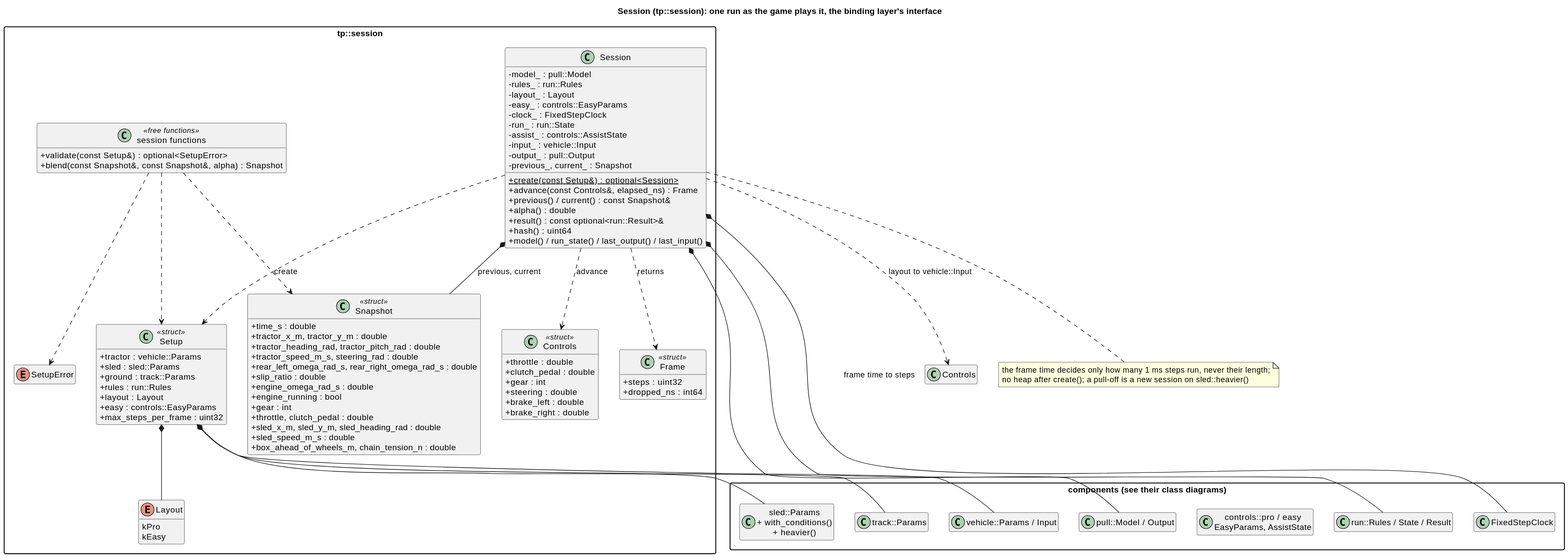
The PlantUML diagram docs/diagrams/svg/session_classes.svg in wversteeg/TractorPulling, before a commit.
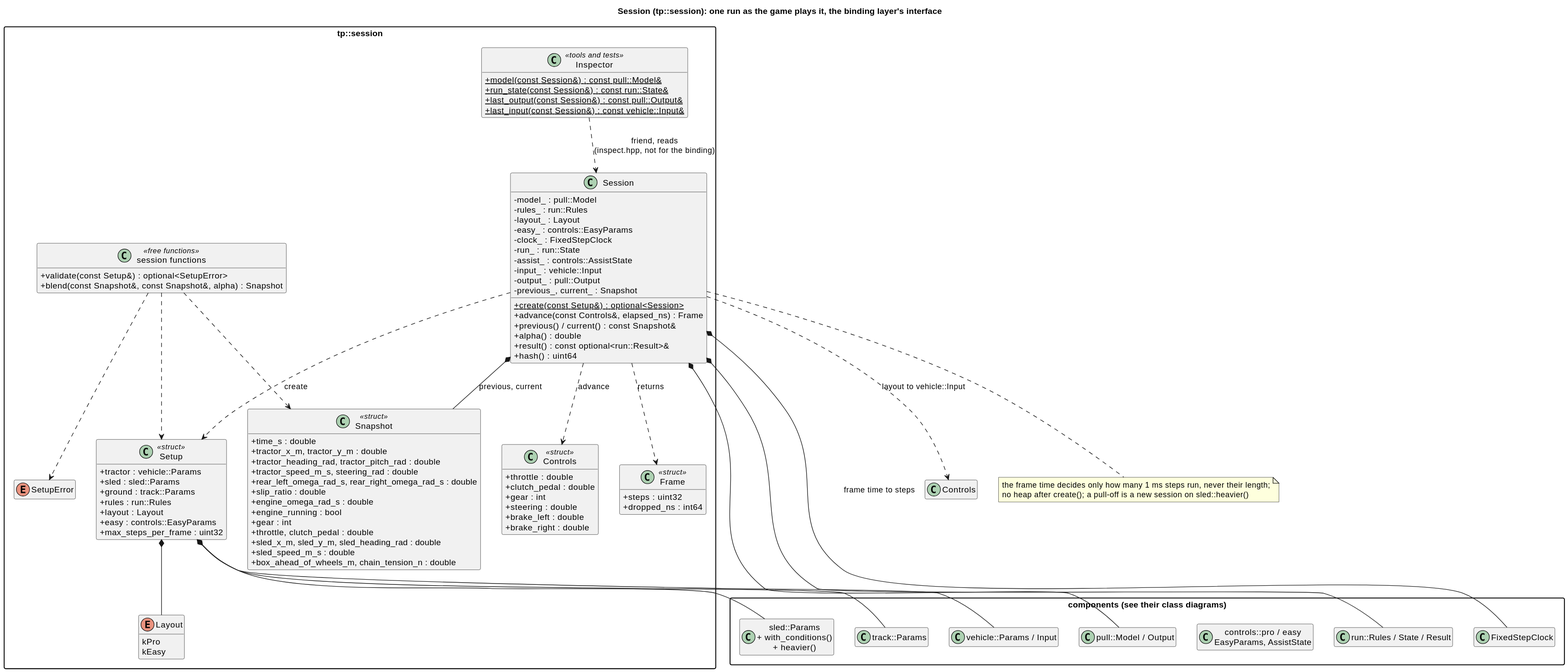
Later version of the same file.

Commit message:
Session review: exact blend, a smaller interface, documented hash

The edit, as a diff of the source:
```diff
@@ -73,8 +73,14 @@
     +alpha() : double
     +result() : const optional<run::Result>&
     +hash() : uint64
-    +model() / run_state() / last_output() / last_input()
   }
+  class Inspector <<tools and tests>> {
+    +{static} model(const Session&) : const pull::Model&
+    +{static} run_state(const Session&) : const run::State&
+    +{static} last_output(const Session&) : const pull::Output&
+    +{static} last_input(const Session&) : const vehicle::Input&
+  }
+  Inspector ..> Session : friend, reads\n(inspect.hpp, not for the binding)
   class "session functions" as SessionFns <<free functions>> {
     +validate(const Setup&) : optional<SetupError>
     +blend(const Snapshot&, const Snapshot&, alpha) : Snapshot
```
